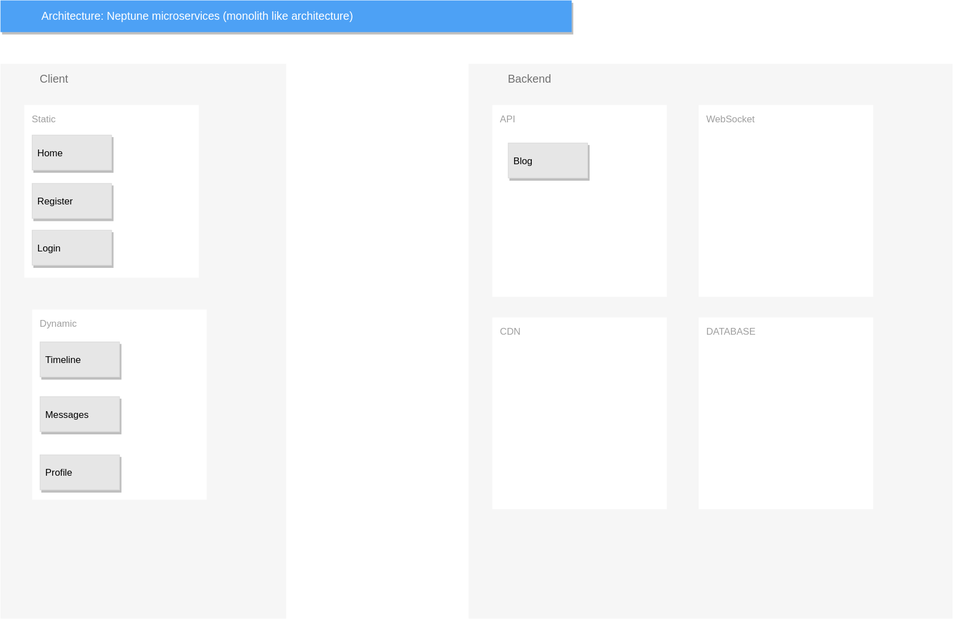
Before: diagram/diagram.svg, a diagram exported from draw.io (UchatOrg/guideline). Source tidied: cells renumbered, new cells last; positions are measured from the earlier drawing's top-left corner, leaving out a move shared by most shapes.
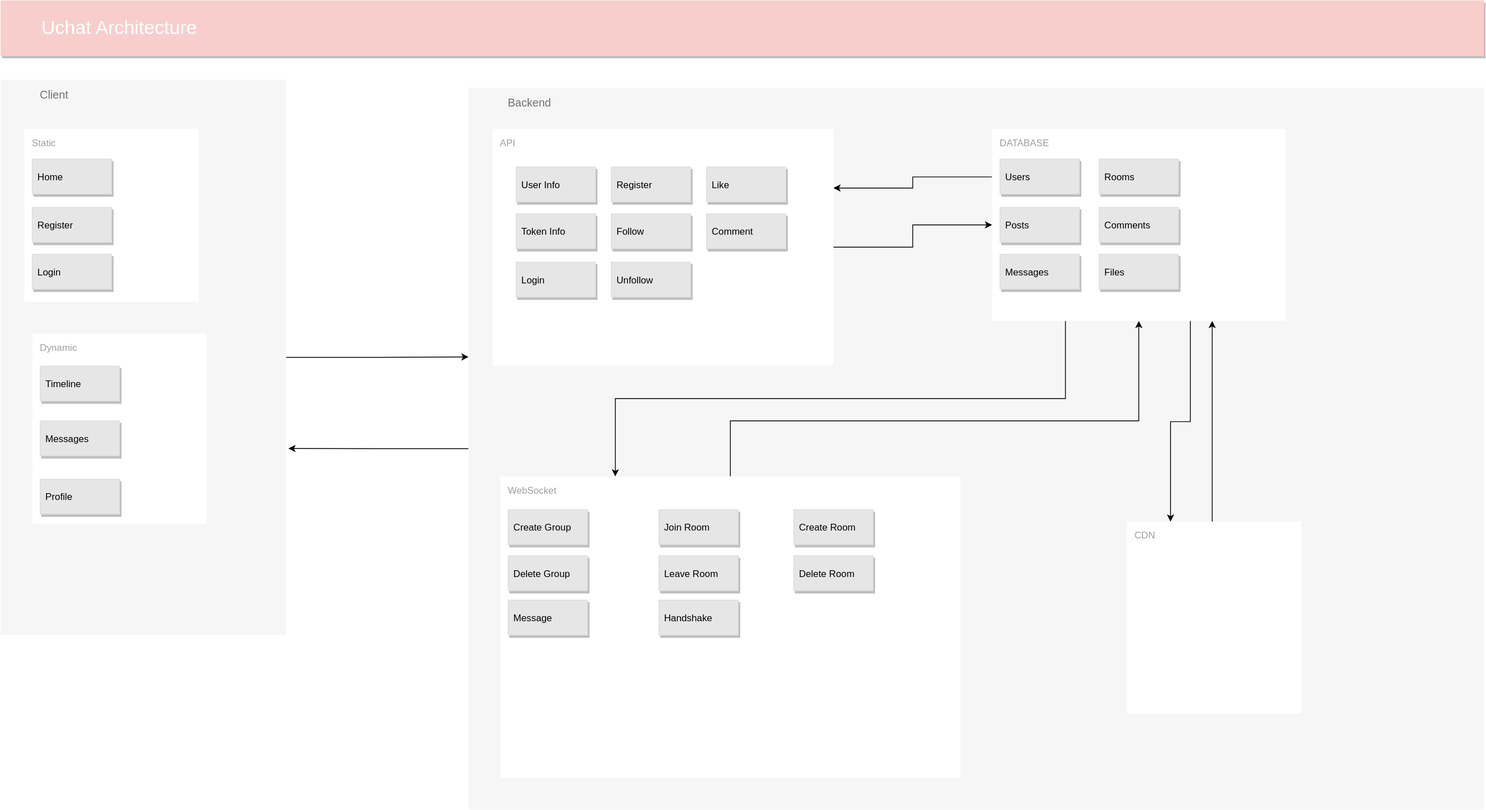
The same file after the commit.

Diff of the diagram source:
```diff
@@ -2,8 +2,8 @@
   <root>
     <mxCell id="0" />
     <mxCell id="1" parent="0" />
-    <mxCell id="2" value="Architecture: Neptune microservices (monolith like architecture)" style="fillColor=#4DA1F5;strokeColor=none;shadow=1;gradientColor=none;fontSize=14;align=left;spacingLeft=50;fontColor=#ffffff;html=1;" parent="1" vertex="1">
-      <mxGeometry width="720" height="40" as="geometry" />
+    <mxCell id="2" value="&lt;font style=&quot;font-size: 24px&quot;&gt;Uchat Architecture&lt;/font&gt;" style="fillColor=#F8CECC;strokeColor=none;shadow=1;gradientColor=none;fontSize=14;align=left;spacingLeft=50;fontColor=#ffffff;html=1;" parent="1" vertex="1">
+      <mxGeometry y="-30" width="1870" height="70" as="geometry" />
     </mxCell>
     <mxCell id="3" style="edgeStyle=orthogonalEdgeStyle;rounded=0;jettySize=auto;html=1;exitX=1;exitY=0.5;exitDx=0;exitDy=0;entryX=0;entryY=0.5;entryDx=0;entryDy=0;" parent="1" edge="1" source="x">
       <mxGeometry relative="1" as="geometry">
@@ -16,26 +16,64 @@
         </Array>
       </mxGeometry>
     </mxCell>
+    <mxCell id="19" style="edgeStyle=orthogonalEdgeStyle;rounded=0;jettySize=auto;html=1;entryX=0;entryY=0.373;entryDx=0;entryDy=0;entryPerimeter=0;" parent="1" edge="1" source="4" target="5">
+      <mxGeometry relative="1" as="geometry" />
+    </mxCell>
     <mxCell id="4" value="Client" style="fillColor=#F6F6F6;strokeColor=none;shadow=0;gradientColor=none;fontSize=14;align=left;spacing=10;fontColor=#717171;9E9E9E;verticalAlign=top;spacingTop=-4;fontStyle=0;spacingLeft=40;html=1;" parent="1" vertex="1">
-      <mxGeometry y="80" width="360" height="700" as="geometry" />
+      <mxGeometry y="70" width="360" height="700" as="geometry" />
     </mxCell>
+    <mxCell id="20" style="edgeStyle=orthogonalEdgeStyle;rounded=0;jettySize=auto;html=1;entryX=1.008;entryY=0.664;entryDx=0;entryDy=0;entryPerimeter=0;" parent="1" edge="1" source="5" target="4">
+      <mxGeometry relative="1" as="geometry" />
+    </mxCell>
     <mxCell id="5" value="Backend&lt;br&gt;" style="fillColor=#F6F6F6;strokeColor=none;shadow=0;gradientColor=none;fontSize=14;align=left;spacing=10;fontColor=#717171;9E9E9E;verticalAlign=top;spacingTop=-4;fontStyle=0;spacingLeft=40;html=1;" parent="1" vertex="1">
-      <mxGeometry x="590" y="80" width="610" height="700" as="geometry" />
+      <mxGeometry x="590" y="80" width="1280" height="910" as="geometry" />
     </mxCell>
+    <mxCell id="21" style="edgeStyle=orthogonalEdgeStyle;rounded=0;jettySize=auto;html=1;exitX=1;exitY=0.5;exitDx=0;exitDy=0;exitPerimeter=0;entryX=0;entryY=0.5;entryDx=0;entryDy=0;entryPerimeter=0;" parent="1" edge="1" source="6" target="10">
+      <mxGeometry relative="1" as="geometry" />
+    </mxCell>
     <mxCell id="6" value="&lt;div&gt;API&lt;br&gt;&lt;/div&gt;" style="points=[[0,0,0],[0.25,0,0],[0.5,0,0],[0.75,0,0],[1,0,0],[1,0.25,0],[1,0.5,0],[1,0.75,0],[1,1,0],[0.75,1,0],[0.5,1,0],[0.25,1,0],[0,1,0],[0,0.75,0],[0,0.5,0],[0,0.25,0]];rounded=1;absoluteArcSize=1;arcSize=0;html=1;strokeColor=none;gradientColor=none;shadow=0;dashed=0;fontSize=12;fontColor=#9E9E9E;align=left;verticalAlign=top;spacing=10;spacingTop=-4;" parent="1" vertex="1">
-      <mxGeometry x="620" y="132" width="220" height="242" as="geometry" />
+      <mxGeometry x="620" y="132" width="430" height="298" as="geometry" />
     </mxCell>
-    <mxCell id="7" value="Blog" style="dashed=0;strokeColor=#dddddd;shadow=1;strokeWidth=1;labelPosition=center;verticalLabelPosition=middle;align=left;verticalAlign=middle;spacingLeft=5;fontSize=12;fillColor=#E6E6E6;" parent="1" vertex="1">
-      <mxGeometry x="640" y="180" width="100" height="44" as="geometry" />
+    <mxCell id="7" value="User Info" style="dashed=0;strokeColor=#dddddd;shadow=1;strokeWidth=1;labelPosition=center;verticalLabelPosition=middle;align=left;verticalAlign=middle;spacingLeft=5;fontSize=12;fillColor=#E6E6E6;" parent="1" vertex="1">
+      <mxGeometry x="650" y="180" width="100" height="44" as="geometry" />
     </mxCell>
+    <mxCell id="22" style="edgeStyle=orthogonalEdgeStyle;rounded=0;jettySize=auto;html=1;entryX=0.5;entryY=1;entryDx=0;entryDy=0;entryPerimeter=0;" parent="1" edge="1" source="8" target="10">
+      <mxGeometry relative="1" as="geometry">
+        <Array as="points">
+          <mxPoint x="920" y="500" />
+          <mxPoint x="1435" y="500" />
+        </Array>
+      </mxGeometry>
+    </mxCell>
     <mxCell id="8" value="&lt;div&gt;WebSocket&lt;/div&gt;" style="points=[[0,0,0],[0.25,0,0],[0.5,0,0],[0.75,0,0],[1,0,0],[1,0.25,0],[1,0.5,0],[1,0.75,0],[1,1,0],[0.75,1,0],[0.5,1,0],[0.25,1,0],[0,1,0],[0,0.75,0],[0,0.5,0],[0,0.25,0]];rounded=1;absoluteArcSize=1;arcSize=0;html=1;strokeColor=none;gradientColor=none;shadow=0;dashed=0;fontSize=12;fontColor=#9E9E9E;align=left;verticalAlign=top;spacing=10;spacingTop=-4;" parent="1" vertex="1">
-      <mxGeometry x="880" y="132" width="220" height="242" as="geometry" />
+      <mxGeometry x="630" y="570" width="580" height="380" as="geometry" />
     </mxCell>
+    <mxCell id="23" style="edgeStyle=orthogonalEdgeStyle;rounded=0;jettySize=auto;html=1;entryX=0.75;entryY=1;entryDx=0;entryDy=0;entryPerimeter=0;" parent="1" edge="1" source="9" target="10">
+      <mxGeometry relative="1" as="geometry">
+        <Array as="points">
+          <mxPoint x="1528" y="400" />
+        </Array>
+      </mxGeometry>
+    </mxCell>
     <mxCell id="9" value="&lt;div&gt;CDN&lt;br&gt;&lt;/div&gt;" style="points=[[0,0,0],[0.25,0,0],[0.5,0,0],[0.75,0,0],[1,0,0],[1,0.25,0],[1,0.5,0],[1,0.75,0],[1,1,0],[0.75,1,0],[0.5,1,0],[0.25,1,0],[0,1,0],[0,0.75,0],[0,0.5,0],[0,0.25,0]];rounded=1;absoluteArcSize=1;arcSize=0;html=1;strokeColor=none;gradientColor=none;shadow=0;dashed=0;fontSize=12;fontColor=#9E9E9E;align=left;verticalAlign=top;spacing=10;spacingTop=-4;" parent="1" vertex="1">
-      <mxGeometry x="620" y="400" width="220" height="242" as="geometry" />
+      <mxGeometry x="1420" y="627" width="220" height="242" as="geometry" />
     </mxCell>
+    <mxCell id="24" style="edgeStyle=orthogonalEdgeStyle;rounded=0;jettySize=auto;html=1;exitX=0;exitY=0.25;exitDx=0;exitDy=0;exitPerimeter=0;entryX=1;entryY=0.25;entryDx=0;entryDy=0;entryPerimeter=0;" parent="1" edge="1" source="10" target="6">
+      <mxGeometry relative="1" as="geometry" />
+    </mxCell>
+    <mxCell id="25" style="edgeStyle=orthogonalEdgeStyle;rounded=0;jettySize=auto;html=1;exitX=0.25;exitY=1;exitDx=0;exitDy=0;exitPerimeter=0;entryX=0.25;entryY=0;entryDx=0;entryDy=0;entryPerimeter=0;" parent="1" edge="1" source="10" target="8">
+      <mxGeometry relative="1" as="geometry" />
+    </mxCell>
+    <mxCell id="26" style="edgeStyle=orthogonalEdgeStyle;rounded=0;jettySize=auto;html=1;entryX=0.25;entryY=0;entryDx=0;entryDy=0;entryPerimeter=0;" parent="1" edge="1" source="10" target="9">
+      <mxGeometry relative="1" as="geometry">
+        <Array as="points">
+          <mxPoint x="1500" y="501" />
+          <mxPoint x="1475" y="501" />
+        </Array>
+      </mxGeometry>
+    </mxCell>
     <mxCell id="10" value="&lt;div&gt;DATABASE&lt;br&gt;&lt;/div&gt;" style="points=[[0,0,0],[0.25,0,0],[0.5,0,0],[0.75,0,0],[1,0,0],[1,0.25,0],[1,0.5,0],[1,0.75,0],[1,1,0],[0.75,1,0],[0.5,1,0],[0.25,1,0],[0,1,0],[0,0.75,0],[0,0.5,0],[0,0.25,0]];rounded=1;absoluteArcSize=1;arcSize=0;html=1;strokeColor=none;gradientColor=none;shadow=0;dashed=0;fontSize=12;fontColor=#9E9E9E;align=left;verticalAlign=top;spacing=10;spacingTop=-4;" parent="1" vertex="1">
-      <mxGeometry x="880" y="400" width="220" height="242" as="geometry" />
+      <mxGeometry x="1250" y="132" width="370" height="242" as="geometry" />
     </mxCell>
     <mxCell id="11" value="&lt;div&gt;Static&lt;/div&gt;" style="rounded=1;absoluteArcSize=1;arcSize=0;html=1;strokeColor=none;gradientColor=none;shadow=0;dashed=0;fontSize=12;fontColor=#9E9E9E;align=left;verticalAlign=top;spacing=10;spacingTop=-4;" parent="1" vertex="1">
       <mxGeometry x="30" y="132" width="220" height="218" as="geometry" />
@@ -61,5 +99,68 @@
     <mxCell id="18" value="Login" style="dashed=0;strokeColor=#dddddd;shadow=1;strokeWidth=1;labelPosition=center;verticalLabelPosition=middle;align=left;verticalAlign=middle;spacingLeft=5;fontSize=12;fillColor=#E6E6E6;" parent="1" vertex="1">
       <mxGeometry x="40" y="290" width="100" height="44" as="geometry" />
     </mxCell>
+    <mxCell id="27" value="Users" style="dashed=0;strokeColor=#dddddd;shadow=1;strokeWidth=1;labelPosition=center;verticalLabelPosition=middle;align=left;verticalAlign=middle;spacingLeft=5;fontSize=12;fillColor=#E6E6E6;" parent="1" vertex="1">
+      <mxGeometry x="1260" y="170" width="100" height="44" as="geometry" />
+    </mxCell>
+    <mxCell id="28" value="Posts" style="dashed=0;strokeColor=#dddddd;shadow=1;strokeWidth=1;labelPosition=center;verticalLabelPosition=middle;align=left;verticalAlign=middle;spacingLeft=5;fontSize=12;fillColor=#E6E6E6;" parent="1" vertex="1">
+      <mxGeometry x="1260" y="231" width="100" height="44" as="geometry" />
+    </mxCell>
+    <mxCell id="29" value="Messages" style="dashed=0;strokeColor=#dddddd;shadow=1;strokeWidth=1;labelPosition=center;verticalLabelPosition=middle;align=left;verticalAlign=middle;spacingLeft=5;fontSize=12;fillColor=#E6E6E6;" parent="1" vertex="1">
+      <mxGeometry x="1260" y="290" width="100" height="44" as="geometry" />
+    </mxCell>
+    <mxCell id="30" value="Rooms" style="dashed=0;strokeColor=#dddddd;shadow=1;strokeWidth=1;labelPosition=center;verticalLabelPosition=middle;align=left;verticalAlign=middle;spacingLeft=5;fontSize=12;fillColor=#E6E6E6;" parent="1" vertex="1">
+      <mxGeometry x="1385" y="170" width="100" height="44" as="geometry" />
+    </mxCell>
+    <mxCell id="31" value="Comments" style="dashed=0;strokeColor=#dddddd;shadow=1;strokeWidth=1;labelPosition=center;verticalLabelPosition=middle;align=left;verticalAlign=middle;spacingLeft=5;fontSize=12;fillColor=#E6E6E6;" parent="1" vertex="1">
+      <mxGeometry x="1385" y="231" width="100" height="44" as="geometry" />
+    </mxCell>
+    <mxCell id="32" value="Token Info" style="dashed=0;strokeColor=#dddddd;shadow=1;strokeWidth=1;labelPosition=center;verticalLabelPosition=middle;align=left;verticalAlign=middle;spacingLeft=5;fontSize=12;fillColor=#E6E6E6;" parent="1" vertex="1">
+      <mxGeometry x="650" y="239" width="100" height="44" as="geometry" />
+    </mxCell>
+    <mxCell id="33" value="Login" style="dashed=0;strokeColor=#dddddd;shadow=1;strokeWidth=1;labelPosition=center;verticalLabelPosition=middle;align=left;verticalAlign=middle;spacingLeft=5;fontSize=12;fillColor=#E6E6E6;" parent="1" vertex="1">
+      <mxGeometry x="650" y="300" width="100" height="44" as="geometry" />
+    </mxCell>
+    <mxCell id="34" value="Register" style="dashed=0;strokeColor=#dddddd;shadow=1;strokeWidth=1;labelPosition=center;verticalLabelPosition=middle;align=left;verticalAlign=middle;spacingLeft=5;fontSize=12;fillColor=#E6E6E6;" parent="1" vertex="1">
+      <mxGeometry x="770" y="180" width="100" height="44" as="geometry" />
+    </mxCell>
+    <mxCell id="35" value="Follow" style="dashed=0;strokeColor=#dddddd;shadow=1;strokeWidth=1;labelPosition=center;verticalLabelPosition=middle;align=left;verticalAlign=middle;spacingLeft=5;fontSize=12;fillColor=#E6E6E6;" parent="1" vertex="1">
+      <mxGeometry x="770" y="239" width="100" height="44" as="geometry" />
+    </mxCell>
+    <mxCell id="36" value="Unfollow" style="dashed=0;strokeColor=#dddddd;shadow=1;strokeWidth=1;labelPosition=center;verticalLabelPosition=middle;align=left;verticalAlign=middle;spacingLeft=5;fontSize=12;fillColor=#E6E6E6;" parent="1" vertex="1">
+      <mxGeometry x="770" y="300" width="100" height="44" as="geometry" />
+    </mxCell>
+    <mxCell id="37" value="Like" style="dashed=0;strokeColor=#dddddd;shadow=1;strokeWidth=1;labelPosition=center;verticalLabelPosition=middle;align=left;verticalAlign=middle;spacingLeft=5;fontSize=12;fillColor=#E6E6E6;" parent="1" vertex="1">
+      <mxGeometry x="890" y="180" width="100" height="44" as="geometry" />
+    </mxCell>
+    <mxCell id="38" value="Message" style="dashed=0;strokeColor=#dddddd;shadow=1;strokeWidth=1;labelPosition=center;verticalLabelPosition=middle;align=left;verticalAlign=middle;spacingLeft=5;fontSize=12;fillColor=#E6E6E6;" parent="1" vertex="1">
+      <mxGeometry x="640" y="726" width="100" height="44" as="geometry" />
+    </mxCell>
+    <mxCell id="39" value="Create Group" style="dashed=0;strokeColor=#dddddd;shadow=1;strokeWidth=1;labelPosition=center;verticalLabelPosition=middle;align=left;verticalAlign=middle;spacingLeft=5;fontSize=12;fillColor=#E6E6E6;" parent="1" vertex="1">
+      <mxGeometry x="640" y="612" width="100" height="44" as="geometry" />
+    </mxCell>
+    <mxCell id="40" value="Delete Group" style="dashed=0;strokeColor=#dddddd;shadow=1;strokeWidth=1;labelPosition=center;verticalLabelPosition=middle;align=left;verticalAlign=middle;spacingLeft=5;fontSize=12;fillColor=#E6E6E6;" parent="1" vertex="1">
+      <mxGeometry x="640" y="670" width="100" height="44" as="geometry" />
+    </mxCell>
+    <mxCell id="41" value="Join Room" style="dashed=0;strokeColor=#dddddd;shadow=1;strokeWidth=1;labelPosition=center;verticalLabelPosition=middle;align=left;verticalAlign=middle;spacingLeft=5;fontSize=12;fillColor=#E6E6E6;" parent="1" vertex="1">
+      <mxGeometry x="830" y="612" width="100" height="44" as="geometry" />
+    </mxCell>
+    <mxCell id="42" value="Create Room" style="dashed=0;strokeColor=#dddddd;shadow=1;strokeWidth=1;labelPosition=center;verticalLabelPosition=middle;align=left;verticalAlign=middle;spacingLeft=5;fontSize=12;fillColor=#E6E6E6;" parent="1" vertex="1">
+      <mxGeometry x="1000" y="612" width="100" height="44" as="geometry" />
+    </mxCell>
+    <mxCell id="43" value="Delete Room" style="dashed=0;strokeColor=#dddddd;shadow=1;strokeWidth=1;labelPosition=center;verticalLabelPosition=middle;align=left;verticalAlign=middle;spacingLeft=5;fontSize=12;fillColor=#E6E6E6;" parent="1" vertex="1">
+      <mxGeometry x="1000" y="670" width="100" height="44" as="geometry" />
+    </mxCell>
+    <mxCell id="44" value="Leave Room" style="dashed=0;strokeColor=#dddddd;shadow=1;strokeWidth=1;labelPosition=center;verticalLabelPosition=middle;align=left;verticalAlign=middle;spacingLeft=5;fontSize=12;fillColor=#E6E6E6;" parent="1" vertex="1">
+      <mxGeometry x="830" y="670" width="100" height="44" as="geometry" />
+    </mxCell>
+    <mxCell id="45" value="Handshake" style="dashed=0;strokeColor=#dddddd;shadow=1;strokeWidth=1;labelPosition=center;verticalLabelPosition=middle;align=left;verticalAlign=middle;spacingLeft=5;fontSize=12;fillColor=#E6E6E6;" parent="1" vertex="1">
+      <mxGeometry x="830" y="726" width="100" height="44" as="geometry" />
+    </mxCell>
+    <mxCell id="46" value="Comment" style="dashed=0;strokeColor=#dddddd;shadow=1;strokeWidth=1;labelPosition=center;verticalLabelPosition=middle;align=left;verticalAlign=middle;spacingLeft=5;fontSize=12;fillColor=#E6E6E6;" parent="1" vertex="1">
+      <mxGeometry x="890" y="239" width="100" height="44" as="geometry" />
+    </mxCell>
+    <mxCell id="47" value="Files" style="dashed=0;strokeColor=#dddddd;shadow=1;strokeWidth=1;labelPosition=center;verticalLabelPosition=middle;align=left;verticalAlign=middle;spacingLeft=5;fontSize=12;fillColor=#E6E6E6;" parent="1" vertex="1">
+      <mxGeometry x="1385" y="290" width="100" height="44" as="geometry" />
+    </mxCell>
   </root>
 </mxGraphModel>
```
